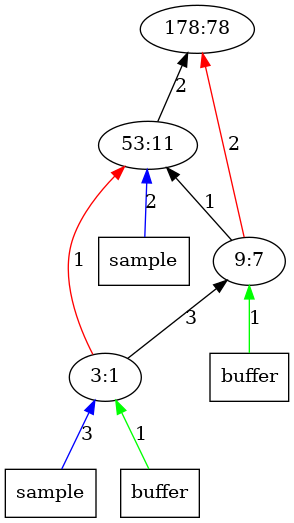
AbhikKhan/MTP_IITG keeps this Graphviz diagram as outputImages/op78.png.png. Above is the earlier version. Its source is kept beside it as outputTrees/op78.dot.
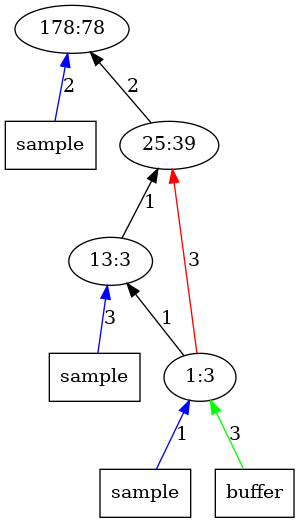
Later version of the same file.

What changed in the source:
```diff
@@ -1,20 +1,19 @@
 digraph Tree{
 	rankdir="BT"
+	x11 -> 1 [label = "2", color = "blue"];
+	x11 [label = "sample", shape = "box"];
 	1 [label = "178:78"];
 	2 -> 1 [label = "2", color = "black"];
-	x21 -> 2 [label = "2", color = "blue"];
-	x21 [label = "sample", shape = "box"];
-	2 [label = "53:11"];
-	x32 -> 3 [label = "1", color = "green"];
-	x32 [label = "buffer", shape = "box"];
+	2 [label = "25:39"];
 	3 -> 2 [label = "1", color = "black"];
-	3 -> 1 [label = "2", color = "red"];
-	3 [label = "9:7"];
-	4 -> 3 [label = "3", color = "black"];
-	4 -> 2 [label = "1", color = "red"];
-	x41 -> 4 [label = "3", color = "blue"];
+	x31 -> 3 [label = "3", color = "blue"];
+	x31 [label = "sample", shape = "box"];
+	3 [label = "13:3"];
+	4 -> 2 [label = "3", color = "red"];
+	4 -> 3 [label = "1", color = "black"];
+	x41 -> 4 [label = "1", color = "blue"];
 	x41 [label = "sample", shape = "box"];
-	x42 -> 4 [label = "1", color = "green"];
+	x42 -> 4 [label = "3", color = "green"];
 	x42 [label = "buffer", shape = "box"];
-	4 [label = "3:1"];
+	4 [label = "1:3"];
 }
```
